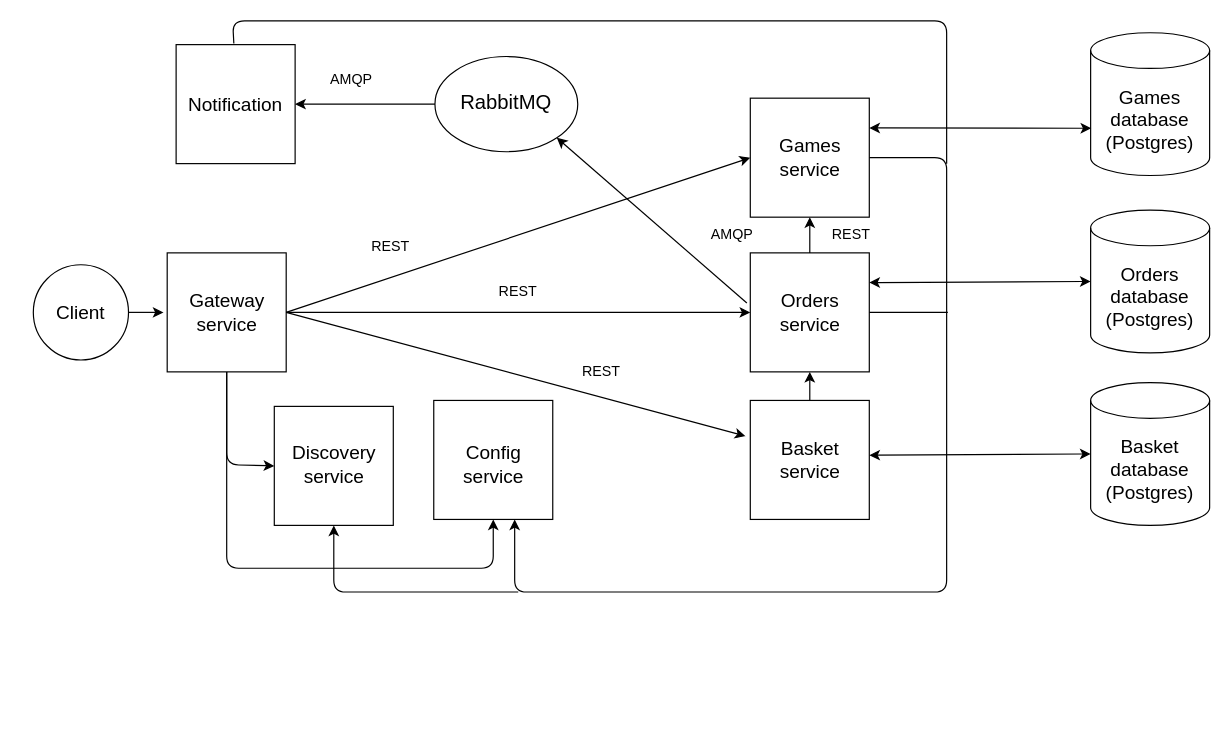
Above: documentation/Archinecture.drawio in Friendly-neighborhood-development/Fnd_games_store (draw.io), before the change. Source tidied: cells renumbered, new cells numbered last; positions are measured from the earlier drawing's top-left corner, leaving out a move shared by most shapes. Both pictures are drawn from the tidied source at 119%, with x=0, y=0 at pixel (33, 20).
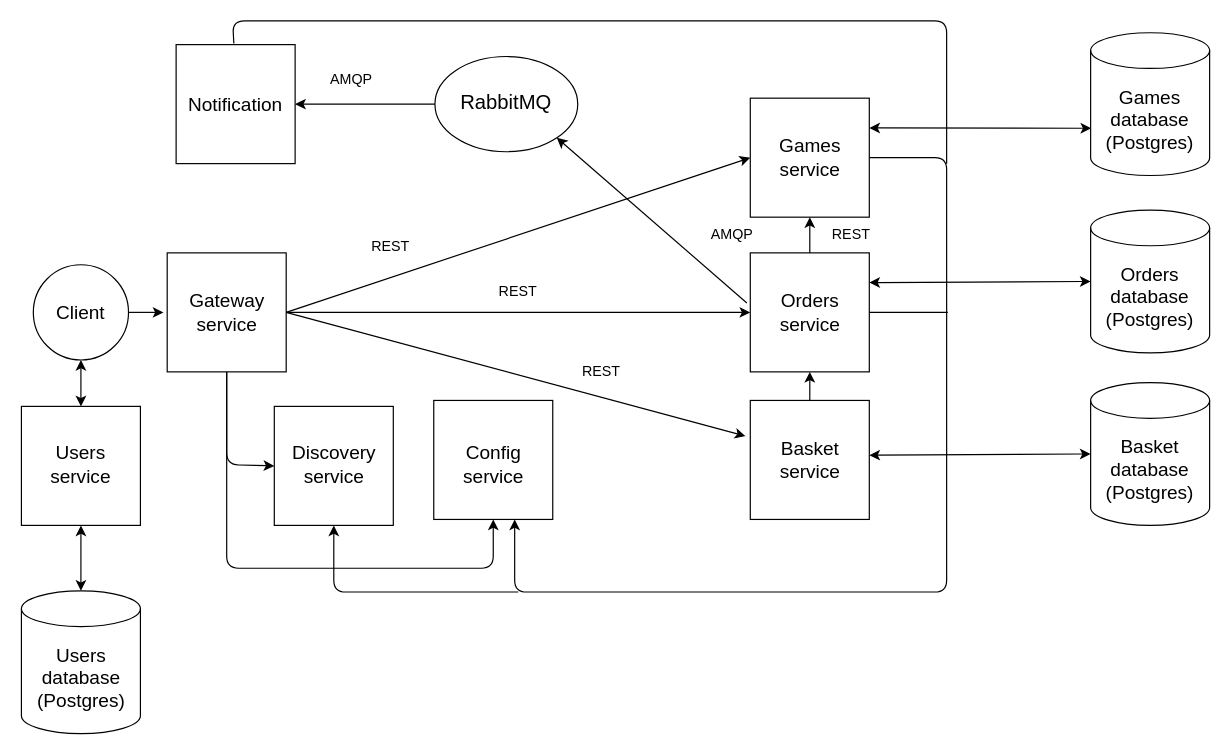
The same diagram, later.

Unchanged cells that the change refers to:
```xml
<mxCell id="29" style="ellipse;whiteSpace=wrap;html=1;fontSize=16;strokeWidth=1;" parent="1" vertex="1">
  <mxGeometry x="-0.5" y="205" width="80" height="80" as="geometry" />
</mxCell>
```

Change to the diagram source:
```diff
@@
+    <mxCell id="47" style="whiteSpace=wrap;html=1;strokeWidth=1;" parent="1" vertex="1">
+      <mxGeometry x="-10.5" y="324" width="100" height="100" as="geometry" />
+    </mxCell>
+    <mxCell id="48" value="&lt;div style=&quot;font-size: 16px;&quot;&gt;&lt;font style=&quot;font-size: 16px;&quot;&gt;Users &lt;br&gt;&lt;/font&gt;&lt;/div&gt;&lt;div style=&quot;font-size: 16px;&quot;&gt;&lt;font style=&quot;font-size: 16px;&quot;&gt;database&lt;/font&gt;&lt;/div&gt;&lt;div style=&quot;font-size: 16px;&quot;&gt;&lt;font style=&quot;font-size: 16px;&quot;&gt;(Postgres)&lt;br&gt;&lt;/font&gt;&lt;/div&gt;" style="shape=cylinder3;whiteSpace=wrap;html=1;boundedLbl=1;backgroundOutline=1;size=15;strokeWidth=1;" parent="1" vertex="1">
+      <mxGeometry x="-10.5" y="479" width="100" height="120" as="geometry" />
+    </mxCell>
+    <mxCell id="49" style="endArrow=classic;startArrow=classic;html=1;rounded=0;fontSize=16;strokeColor=default;strokeWidth=1;exitX=0.5;exitY=1;exitDx=0;exitDy=0;entryX=0.5;entryY=0;entryDx=0;entryDy=0;" parent="1" edge="1" source="29" target="47">
+      <mxGeometry relative="1" as="geometry" />
+    </mxCell>
+    <mxCell id="50" style="endArrow=classic;startArrow=classic;html=1;rounded=0;fontSize=16;strokeColor=default;strokeWidth=1;exitX=0.5;exitY=1;exitDx=0;exitDy=0;entryX=0.5;entryY=0;entryDx=0;entryDy=0;entryPerimeter=0;" parent="1" edge="1" source="47" target="48">
+      <mxGeometry relative="1" as="geometry" />
+    </mxCell>
+    <mxCell id="51" value="&lt;div&gt;&lt;font style=&quot;font-size: 16px;&quot;&gt;Users&lt;/font&gt;&lt;/div&gt;&lt;div&gt;&lt;font style=&quot;font-size: 16px;&quot;&gt;service&lt;br&gt;&lt;/font&gt;&lt;/div&gt;" style="text;html=1;align=center;verticalAlign=middle;whiteSpace=wrap;rounded=0;strokeWidth=1;fontSize=16;" parent="1" vertex="1">
+      <mxGeometry x="12" y="355" width="55" height="35" as="geometry" />
+    </mxCell>
```
